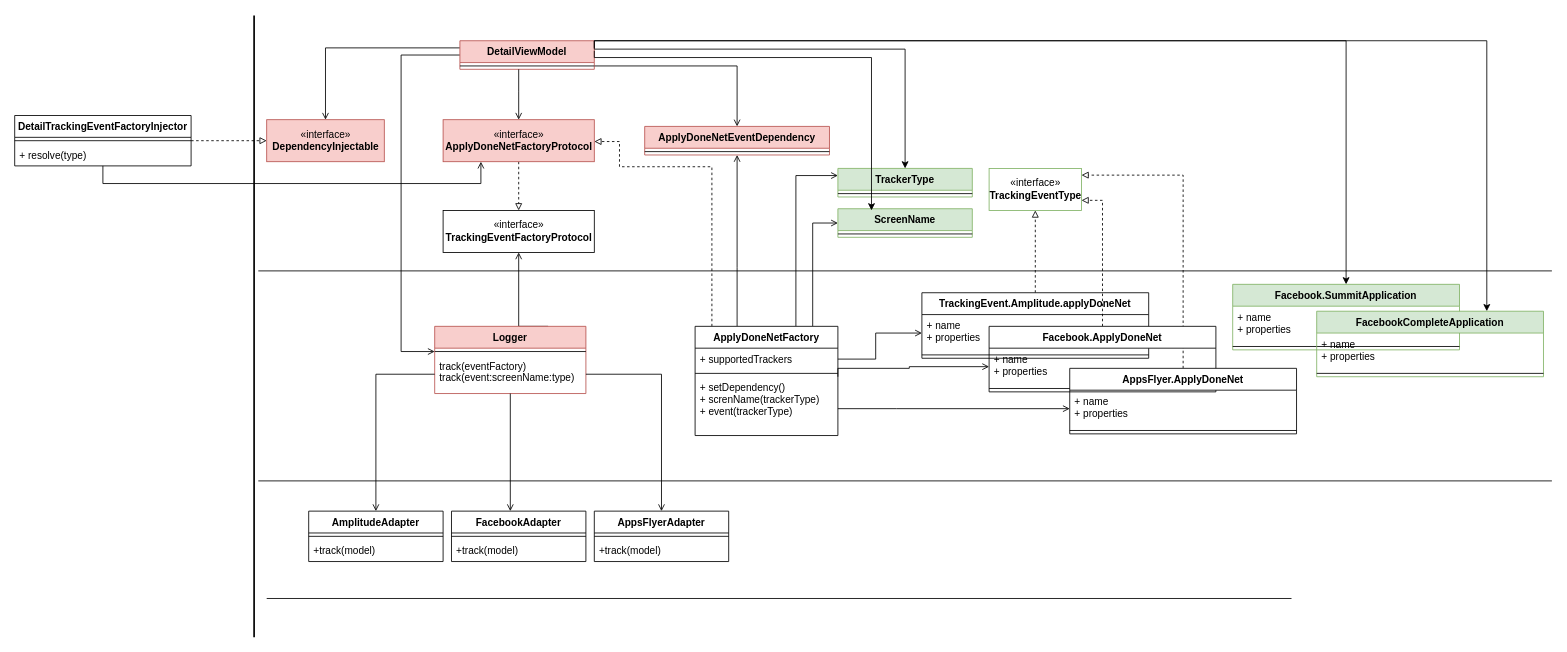
Before: page "변경" (2 of 2) of TrackingEvent.drawio in gookhee/diagrams, a draw.io diagram. Source tidied: cells renumbered, new cells numbered last; positions are measured from the earlier drawing's top-left corner, leaving out a move shared by most shapes. Both pictures are drawn from the tidied source at 84%, with x=0, y=0 at pixel (14, 15).
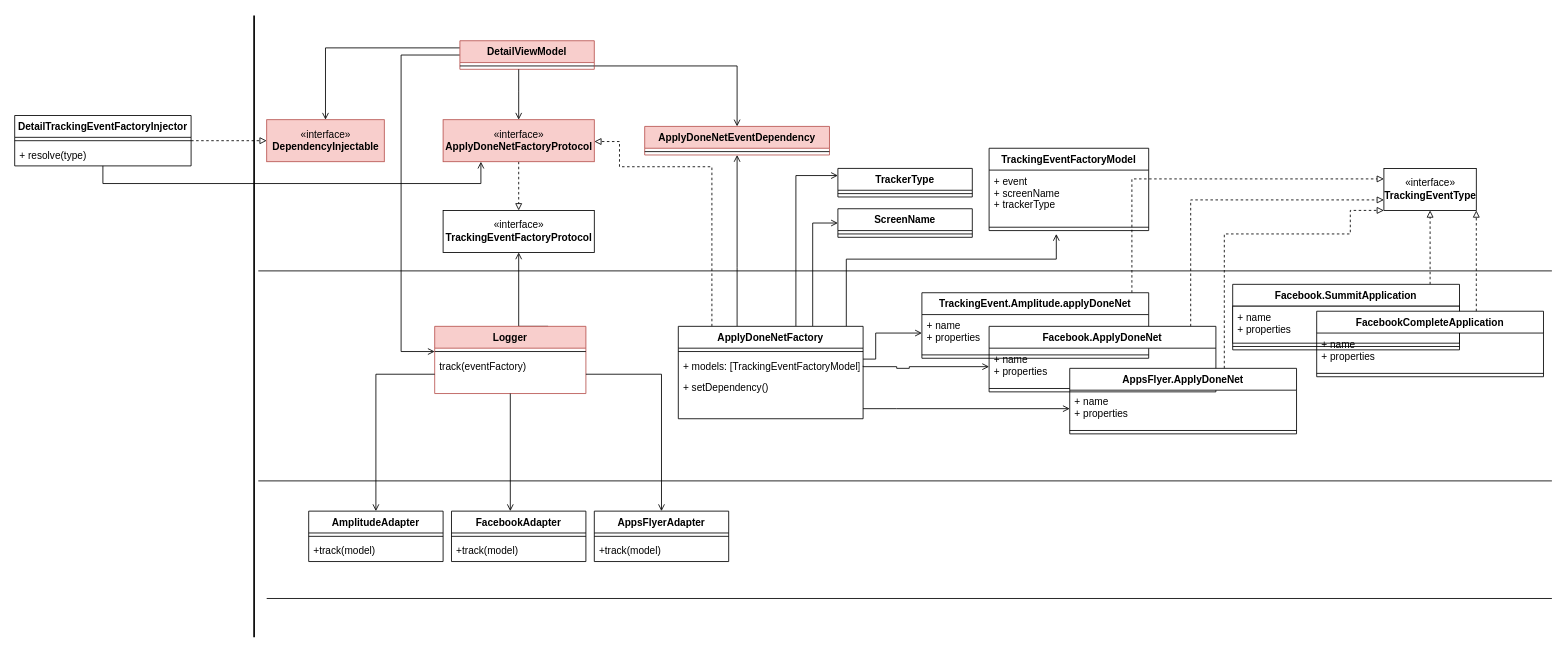
After the change.

Unchanged cells that the change refers to:
```xml
<mxCell id="3" value="Logger" style="swimlane;fontStyle=1;align=center;verticalAlign=top;horizontal=1;startSize=26;fillColor=#f8cecc;strokeColor=#b85450;" parent="1" vertex="1">
  <mxGeometry x="500" y="370" width="180" height="80" as="geometry" />
</mxCell>
<mxCell id="14" value="DetailViewModel" style="swimlane;fontStyle=1;align=center;verticalAlign=top;horizontal=1;startSize=26;fillColor=#f8cecc;strokeColor=#b85450;" parent="1" vertex="1">
  <mxGeometry x="530" y="30" width="160" height="34" as="geometry" />
</mxCell>
<mxCell id="17" value="TrackingEvent.Amplitude.applyDoneNet" style="swimlane;fontStyle=1;align=center;verticalAlign=top;horizontal=1;startSize=26;" parent="1" vertex="1">
  <mxGeometry x="1080" y="330" width="270" height="78" as="geometry" />
</mxCell>
<mxCell id="47" value="Facebook.ApplyDoneNet" style="swimlane;fontStyle=1;align=center;verticalAlign=top;horizontal=1;startSize=26;" parent="1" vertex="1">
  <mxGeometry x="1160" y="370" width="270" height="78" as="geometry" />
</mxCell>
<mxCell id="48" value="+ name&#10;+ properties" style="text;strokeColor=none;fillColor=none;align=left;verticalAlign=top;spacingLeft=4;spacingRight=4;overflow=hidden;points=[[0,0.5],[1,0.5]];portConstraint=eastwest;" parent="47" vertex="1">
  <mxGeometry y="26" width="270" height="44" as="geometry" />
</mxCell>
<mxCell id="50" value="AppsFlyer.ApplyDoneNet" style="swimlane;fontStyle=1;align=center;verticalAlign=top;horizontal=1;startSize=26;" parent="1" vertex="1">
  <mxGeometry x="1256" y="420" width="270" height="78" as="geometry" />
</mxCell>
```

The edit, as a diff of the source:
```diff
@@
-    <mxCell id="5" value="track(eventFactory)&#10;track(event:screenName:type)" style="text;strokeColor=none;fillColor=none;align=left;verticalAlign=top;spacingLeft=4;spacingRight=4;overflow=hidden;points=[[0,0.5],[1,0.5]];portConstraint=eastwest;" parent="3" vertex="1">
+    <mxCell id="5" value="track(eventFactory)&#10;" style="text;strokeColor=none;fillColor=none;align=left;verticalAlign=top;spacingLeft=4;spacingRight=4;overflow=hidden;points=[[0,0.5],[1,0.5]];portConstraint=eastwest;" parent="3" vertex="1">
       <mxGeometry y="34" width="180" height="46" as="geometry" />
     </mxCell>
@@
     <mxCell id="8" style="line;strokeWidth=1;fillColor=none;align=left;verticalAlign=middle;spacingTop=-1;spacingLeft=3;spacingRight=3;labelPosition=right;" parent="1" vertex="1">
-      <mxGeometry x="300" y="690" width="1220" height="8" as="geometry" />
+      <mxGeometry x="300" y="690" width="1530" height="8" as="geometry" />
     </mxCell>
-    <mxCell id="9" value="ScreenName" style="swimlane;fontStyle=1;align=center;verticalAlign=top;horizontal=1;startSize=26;fillColor=#d5e8d4;strokeColor=#82b366;" parent="1" vertex="1">
+    <mxCell id="9" value="ScreenName" style="swimlane;fontStyle=1;align=center;verticalAlign=top;horizontal=1;startSize=26;fillColor=#FFFFFF;strokeColor=#000000;" parent="1" vertex="1">
       <mxGeometry x="980" y="230" width="160" height="34" as="geometry" />
     </mxCell>
@@
-    <mxCell id="16" style="edgeStyle=orthogonalEdgeStyle;rounded=0;jettySize=auto;html=1;entryX=0.5;entryY=1;entryDx=0;entryDy=0;endArrow=block;endFill=0;dashed=1;" parent="1" edge="1" source="17" target="20">
-      <mxGeometry relative="1" as="geometry" />
+    <mxCell id="16" style="edgeStyle=orthogonalEdgeStyle;rounded=0;jettySize=auto;html=1;endArrow=block;endFill=0;dashed=1;entryX=0;entryY=0.25;entryDx=0;entryDy=0;" parent="1" edge="1" source="17" target="20">
+      <mxGeometry relative="1" as="geometry">
+        <Array as="points">
+          <mxPoint x="1330" y="195" />
+          <mxPoint x="1630" y="195" />
+        </Array>
+      </mxGeometry>
     </mxCell>
@@
-    <mxCell id="20" value="«interface»&lt;br&gt;&lt;span style=&quot;font-weight: 700&quot;&gt;TrackingEventType&lt;/span&gt;" style="html=1;fillColor=#FFFFFF;strokeColor=#82b366;" parent="1" vertex="1">
-      <mxGeometry x="1160" y="182" width="110" height="50" as="geometry" />
+    <mxCell id="20" value="«interface»&lt;br&gt;&lt;span style=&quot;font-weight: 700&quot;&gt;TrackingEventType&lt;/span&gt;" style="html=1;fillColor=#FFFFFF;strokeColor=#000000;" parent="1" vertex="1">
+      <mxGeometry x="1630" y="182" width="110" height="50" as="geometry" />
     </mxCell>
-    <mxCell id="21" value="TrackerType" style="swimlane;fontStyle=1;align=center;verticalAlign=top;horizontal=1;startSize=26;fillColor=#d5e8d4;strokeColor=#82b366;" parent="1" vertex="1">
+    <mxCell id="21" value="TrackerType" style="swimlane;fontStyle=1;align=center;verticalAlign=top;horizontal=1;startSize=26;fillColor=#FFFFFF;strokeColor=#000000;" parent="1" vertex="1">
       <mxGeometry x="980" y="182" width="160" height="34" as="geometry" />
     </mxCell>
@@
+    <mxCell id="77" style="edgeStyle=orthogonalEdgeStyle;rounded=0;jettySize=auto;html=1;endArrow=open;endFill=0;" parent="1" edge="1" source="35">
+      <mxGeometry relative="1" as="geometry">
+        <mxPoint x="1240" y="260" as="targetPoint" />
+        <Array as="points">
+          <mxPoint x="990" y="290" />
+          <mxPoint x="1240" y="290" />
+        </Array>
+      </mxGeometry>
+    </mxCell>
     <mxCell id="35" value="ApplyDoneNetFactory" style="swimlane;fontStyle=1;align=center;verticalAlign=top;horizontal=1;startSize=26;" parent="1" vertex="1">
-      <mxGeometry x="810" y="370" width="170" height="130" as="geometry" />
+      <mxGeometry x="790" y="370" width="220" height="110" as="geometry" />
     </mxCell>
+    <mxCell id="37" style="line;strokeWidth=1;fillColor=none;align=left;verticalAlign=middle;spacingTop=-1;spacingLeft=3;spacingRight=3;labelPosition=right;" parent="35" vertex="1">
+      <mxGeometry y="26" width="220" height="8" as="geometry" />
+    </mxCell>
-    <mxCell id="36" value="+ supportedTrackers" style="text;strokeColor=none;fillColor=none;align=left;verticalAlign=top;spacingLeft=4;spacingRight=4;overflow=hidden;points=[[0,0.5],[1,0.5]];portConstraint=eastwest;" parent="35" vertex="1">
-      <mxGeometry y="26" width="170" height="26" as="geometry" />
+    <mxCell id="36" value="+ models: [TrackingEventFactoryModel]" style="text;strokeColor=none;fillColor=none;align=left;verticalAlign=top;spacingLeft=4;spacingRight=4;overflow=hidden;points=[[0,0.5],[1,0.5]];portConstraint=eastwest;" parent="35" vertex="1">
+      <mxGeometry y="34" width="220" height="26" as="geometry" />
     </mxCell>
-    <mxCell id="37" style="line;strokeWidth=1;fillColor=none;align=left;verticalAlign=middle;spacingTop=-1;spacingLeft=3;spacingRight=3;labelPosition=right;" parent="35" vertex="1">
-      <mxGeometry y="52" width="170" height="8" as="geometry" />
-    </mxCell>
-    <mxCell id="38" value="+ setDependency()&#10;+ screnName(trackerType)&#10;+ event(trackerType)" style="text;strokeColor=none;fillColor=none;align=left;verticalAlign=top;spacingLeft=4;spacingRight=4;overflow=hidden;points=[[0,0.5],[1,0.5]];portConstraint=eastwest;" parent="35" vertex="1">
-      <mxGeometry y="60" width="170" height="70" as="geometry" />
+    <mxCell id="38" value="+ setDependency()&#10;" style="text;strokeColor=none;fillColor=none;align=left;verticalAlign=top;spacingLeft=4;spacingRight=4;overflow=hidden;points=[[0,0.5],[1,0.5]];portConstraint=eastwest;" parent="35" vertex="1">
+      <mxGeometry y="60" width="220" height="50" as="geometry" />
     </mxCell>
@@
-    <mxCell id="45" style="edgeStyle=orthogonalEdgeStyle;rounded=0;jettySize=auto;html=1;dashed=1;endArrow=block;endFill=0;" parent="1" edge="1" source="50" target="20">
+    <mxCell id="45" style="edgeStyle=orthogonalEdgeStyle;rounded=0;jettySize=auto;html=1;dashed=1;endArrow=block;endFill=0;entryX=0;entryY=1;entryDx=0;entryDy=0;" parent="1" edge="1" source="50" target="20">
       <mxGeometry relative="1" as="geometry">
         <Array as="points">
-          <mxPoint x="1391" y="190" />
+          <mxPoint x="1440" y="260" />
+          <mxPoint x="1590" y="260" />
+          <mxPoint x="1590" y="232" />
         </Array>
       </mxGeometry>
     </mxCell>
-    <mxCell id="46" style="edgeStyle=orthogonalEdgeStyle;rounded=0;jettySize=auto;html=1;dashed=1;endArrow=block;endFill=0;" parent="1" edge="1" source="47" target="20">
+    <mxCell id="46" style="edgeStyle=orthogonalEdgeStyle;rounded=0;jettySize=auto;html=1;dashed=1;endArrow=block;endFill=0;entryX=0;entryY=0.75;entryDx=0;entryDy=0;" parent="1" edge="1" source="47" target="20">
       <mxGeometry relative="1" as="geometry">
         <Array as="points">
-          <mxPoint x="1295" y="220" />
+          <mxPoint x="1400" y="219" />
         </Array>
       </mxGeometry>
     </mxCell>
@@
-    <mxCell id="54" style="edgeStyle=orthogonalEdgeStyle;rounded=0;jettySize=auto;html=1;endArrow=open;endFill=0;" parent="1" edge="1" source="38" target="48">
+    <mxCell id="54" style="edgeStyle=orthogonalEdgeStyle;rounded=0;jettySize=auto;html=1;endArrow=open;endFill=0;exitX=1;exitY=0.5;exitDx=0;exitDy=0;" parent="1" edge="1" source="36" target="48">
       <mxGeometry relative="1" as="geometry">
         <Array as="points">
-          <mxPoint x="980" y="420" />
+          <mxPoint x="1050" y="418" />
+          <mxPoint x="1050" y="420" />
           <mxPoint x="1065" y="420" />
           <mxPoint x="1065" y="418" />
         </Array>
       </mxGeometry>
     </mxCell>
@@
-    <mxCell id="67" style="edgeStyle=elbowEdgeStyle;elbow=vertical;endArrow=classic;html=1;rounded=0;exitX=1;exitY=0;exitDx=0;exitDy=0;entryX=0.5;entryY=0;entryDx=0;entryDy=0;" parent="1" edge="1" source="14" target="21">
-      <mxGeometry relative="1" as="geometry">
-        <Array as="points">
-          <mxPoint x="900" y="40" />
-        </Array>
-      </mxGeometry>
-    </mxCell>
-    <mxCell id="68" style="edgeStyle=elbowEdgeStyle;elbow=vertical;endArrow=classic;html=1;rounded=0;" parent="1" edge="1">
-      <mxGeometry relative="1" as="geometry">
-        <mxPoint x="690" y="42" as="sourcePoint" />
-        <mxPoint x="1020" y="232" as="targetPoint" />
-        <Array as="points">
-          <mxPoint x="1020" y="50" />
-        </Array>
-      </mxGeometry>
-    </mxCell>
-    <mxCell id="69" style="edgeStyle=elbowEdgeStyle;elbow=vertical;endArrow=classic;html=1;rounded=0;exitX=1;exitY=0.25;exitDx=0;exitDy=0;entryX=0.5;entryY=0;entryDx=0;entryDy=0;" parent="1" edge="1" source="14" target="70">
-      <mxGeometry relative="1" as="geometry">
-        <Array as="points">
-          <mxPoint x="1320" y="30" />
-          <mxPoint x="1330" y="10" />
-          <mxPoint x="1000" y="30" />
-        </Array>
-      </mxGeometry>
-    </mxCell>
+    <mxCell id="78" style="edgeStyle=orthogonalEdgeStyle;rounded=0;jettySize=auto;html=1;entryX=0.5;entryY=1;entryDx=0;entryDy=0;dashed=1;endArrow=block;endFill=0;" parent="1" edge="1" source="70" target="20">
+      <mxGeometry relative="1" as="geometry">
+        <Array as="points">
+          <mxPoint x="1685" y="260" />
+          <mxPoint x="1685" y="260" />
+        </Array>
+      </mxGeometry>
+    </mxCell>
-    <mxCell id="70" value="Facebook.SummitApplication" style="swimlane;fontStyle=1;align=center;verticalAlign=top;horizontal=1;startSize=26;fillColor=#d5e8d4;strokeColor=#82b366;" parent="1" vertex="1">
+    <mxCell id="70" value="Facebook.SummitApplication" style="swimlane;fontStyle=1;align=center;verticalAlign=top;horizontal=1;startSize=26;fillColor=#FFFFFF;strokeColor=#000000;" parent="1" vertex="1">
       <mxGeometry x="1450" y="320" width="270" height="78" as="geometry" />
     </mxCell>
-    <mxCell id="71" value="+ name&#10;+ properties" style="text;strokeColor=none;fillColor=none;align=left;verticalAlign=top;spacingLeft=4;spacingRight=4;overflow=hidden;" parent="70" vertex="1">
+    <mxCell id="71" value="+ name&#10;+ properties" style="text;strokeColor=#000000;fillColor=#FFFFFF;align=left;verticalAlign=top;spacingLeft=4;spacingRight=4;overflow=hidden;" parent="70" vertex="1">
       <mxGeometry y="26" width="270" height="44" as="geometry" />
     </mxCell>
@@
+    <mxCell id="79" style="edgeStyle=orthogonalEdgeStyle;rounded=0;jettySize=auto;html=1;entryX=1;entryY=1;entryDx=0;entryDy=0;dashed=1;endArrow=block;endFill=0;" parent="1" edge="1" source="73" target="20">
+      <mxGeometry relative="1" as="geometry">
+        <Array as="points">
+          <mxPoint x="1740" y="320" />
+          <mxPoint x="1740" y="320" />
+        </Array>
+      </mxGeometry>
+    </mxCell>
-    <mxCell id="73" value="FacebookCompleteApplication" style="swimlane;fontStyle=1;align=center;verticalAlign=top;horizontal=1;startSize=26;fillColor=#d5e8d4;strokeColor=#82b366;" parent="1" vertex="1">
+    <mxCell id="73" value="FacebookCompleteApplication" style="swimlane;fontStyle=1;align=center;verticalAlign=top;horizontal=1;startSize=26;fillColor=#FFFFFF;strokeColor=#000000;" parent="1" vertex="1">
       <mxGeometry x="1550" y="352" width="270" height="78" as="geometry" />
     </mxCell>
@@
-    <mxCell id="76" style="edgeStyle=elbowEdgeStyle;elbow=vertical;endArrow=classic;html=1;rounded=0;fontColor=#FF0000;entryX=0.75;entryY=0;entryDx=0;entryDy=0;" parent="1" edge="1" target="73">
-      <mxGeometry relative="1" as="geometry">
-        <mxPoint x="690" y="30" as="sourcePoint" />
-        <Array as="points">
-          <mxPoint x="1090" y="30" />
-        </Array>
-      </mxGeometry>
-    </mxCell>
+    <mxCell id="80" value="TrackingEventFactoryModel" style="swimlane;fontStyle=1;align=center;verticalAlign=top;horizontal=1;startSize=26;" parent="1" vertex="1">
+      <mxGeometry x="1160" y="158" width="190" height="98" as="geometry" />
+    </mxCell>
+    <mxCell id="81" value="+ event&#10;+ screenName&#10;+ trackerType" style="text;strokeColor=none;fillColor=none;align=left;verticalAlign=top;spacingLeft=4;spacingRight=4;overflow=hidden;" parent="80" vertex="1">
+      <mxGeometry y="26" width="190" height="64" as="geometry" />
+    </mxCell>
+    <mxCell id="82" style="line;strokeWidth=1;fillColor=none;align=left;verticalAlign=middle;spacingTop=-1;spacingLeft=3;spacingRight=3;labelPosition=right;" parent="80" vertex="1">
+      <mxGeometry y="90" width="190" height="8" as="geometry" />
+    </mxCell>
```
